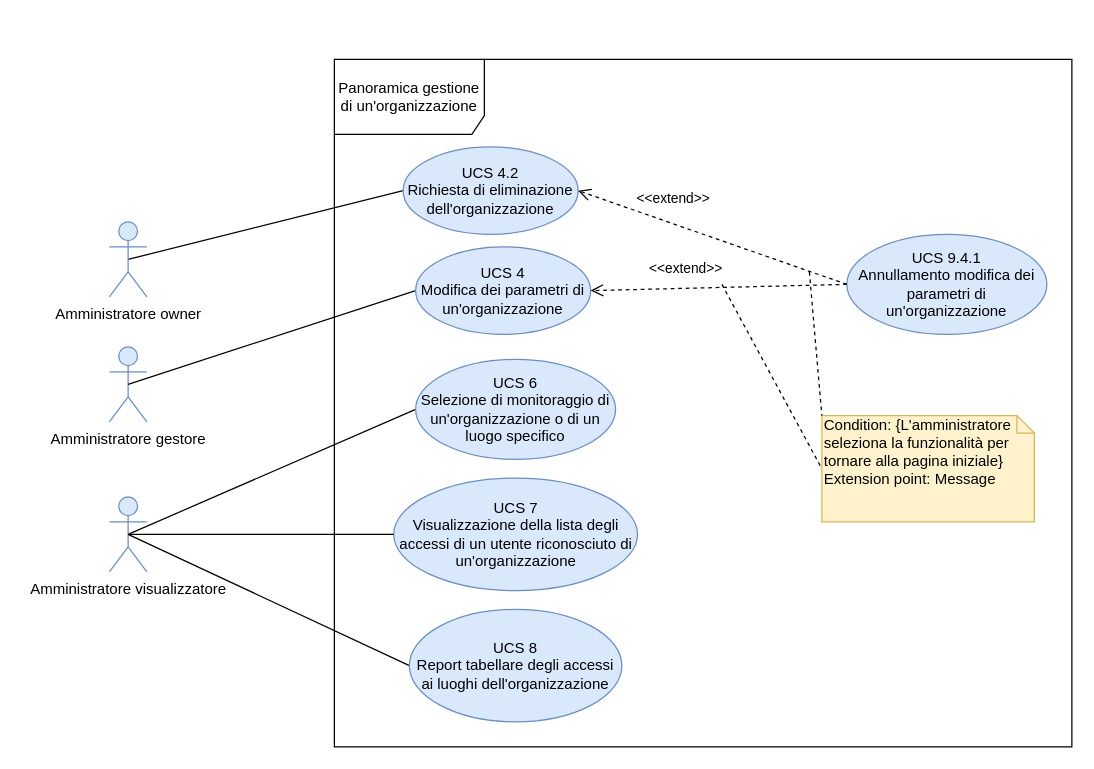
qb-team/Stalker-Documentazione keeps this draw.io diagram as DocumentazioneEsterna/AnalisiDeiRequisiti/Sezioni/UseCase/draw.io/UC SERVER/Panoramica gestione organizzazione.drawio. Above is the earlier version. Source tidied: cells renumbered, new cells numbered last; positions are measured from the earlier drawing's top-left corner, leaving out a move shared by most shapes. Both pictures are drawn from the tidied source at 125%, with x=0, y=0 at pixel (109, 59).
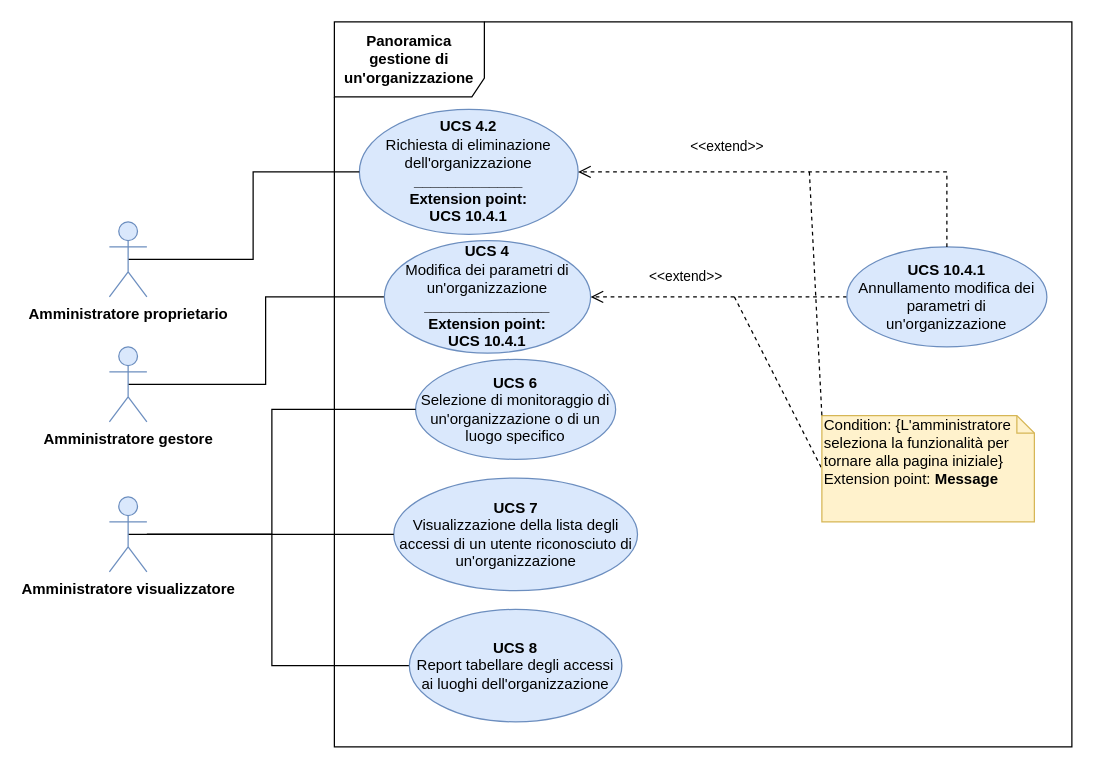
The same page after the edit.

Change to the diagram source:
```diff
@@
+    <mxCell id="4" style="edgeStyle=orthogonalEdgeStyle;rounded=0;jettySize=auto;html=1;entryX=0;entryY=0.5;entryDx=0;entryDy=0;endArrow=none;endFill=0;exitX=0.5;exitY=0.5;exitDx=0;exitDy=0;exitPerimeter=0;" parent="1" edge="1" source="2" target="5">
+      <mxGeometry relative="1" as="geometry" />
+    </mxCell>
-    <mxCell id="2" value="Amministratore gestore" style="shape=umlActor;verticalLabelPosition=bottom;labelBackgroundColor=#ffffff;verticalAlign=top;html=1;outlineConnect=0;fillColor=#dae8fc;strokeColor=#6c8ebf;" parent="1" vertex="1">
+    <mxCell id="2" value="&lt;b&gt;Amministratore gestore&lt;/b&gt;" style="shape=umlActor;verticalLabelPosition=bottom;labelBackgroundColor=#ffffff;verticalAlign=top;html=1;outlineConnect=0;fillColor=#dae8fc;strokeColor=#6c8ebf;" parent="1" vertex="1">
       <mxGeometry y="230" width="30" height="60" as="geometry" />
     </mxCell>
-    <mxCell id="3" value="Panoramica gestione di un'organizzazione" style="shape=umlFrame;whiteSpace=wrap;html=1;width=120;height=60;" parent="1" vertex="1">
-      <mxGeometry x="180" width="590" height="550" as="geometry" />
+    <mxCell id="3" value="&lt;b&gt;Panoramica gestione di un'organizzazione&lt;/b&gt;" style="shape=umlFrame;whiteSpace=wrap;html=1;width=120;height=60;" parent="1" vertex="1">
+      <mxGeometry x="180" y="-30" width="590" height="580" as="geometry" />
     </mxCell>
-    <mxCell id="4" style="endArrow=none;html=1;exitX=0.5;exitY=0.5;exitDx=0;exitDy=0;exitPerimeter=0;entryX=0;entryY=0.5;entryDx=0;entryDy=0;" parent="1" edge="1" source="2" target="5">
-      <mxGeometry relative="1" as="geometry" />
-    </mxCell>
-    <mxCell id="5" value="UCS 4&lt;br&gt;Modifica dei parametri di un'organizzazione" style="ellipse;whiteSpace=wrap;html=1;fillColor=#dae8fc;strokeColor=#6c8ebf;" parent="1" vertex="1">
-      <mxGeometry x="245" y="150" width="140" height="70" as="geometry" />
+    <mxCell id="5" value="&lt;b&gt;UCS 4&lt;br&gt;&lt;/b&gt;Modifica dei parametri di un'organizzazione&lt;br&gt;&lt;b&gt;_______________&lt;br&gt;Extension point:&lt;br&gt;UCS 10.4.1&lt;/b&gt;" style="ellipse;whiteSpace=wrap;html=1;fillColor=#dae8fc;strokeColor=#6c8ebf;" parent="1" vertex="1">
+      <mxGeometry x="220" y="145" width="165" height="90" as="geometry" />
     </mxCell>
-    <mxCell id="6" style="endArrow=none;html=1;exitX=0.5;exitY=0.5;exitDx=0;exitDy=0;exitPerimeter=0;entryX=0;entryY=0.5;entryDx=0;entryDy=0;" parent="1" edge="1" source="19" target="7">
-      <mxGeometry relative="1" as="geometry" />
-    </mxCell>
-    <mxCell id="7" value="UCS 6&lt;br&gt;Selezione di monitoraggio di un'organizzazione o di un luogo specifico" style="ellipse;whiteSpace=wrap;html=1;fillColor=#dae8fc;strokeColor=#6c8ebf;" parent="1" vertex="1">
+    <mxCell id="7" value="&lt;b&gt;UCS 6&lt;br&gt;&lt;/b&gt;Selezione di monitoraggio di un'organizzazione o di un luogo specifico" style="ellipse;whiteSpace=wrap;html=1;fillColor=#dae8fc;strokeColor=#6c8ebf;" parent="1" vertex="1">
       <mxGeometry x="245" y="240" width="160" height="80" as="geometry" />
     </mxCell>
-    <mxCell id="8" value="UCS 7&lt;br&gt;Visualizzazione della lista degli accessi di un utente riconosciuto di un'organizzazione" style="ellipse;whiteSpace=wrap;html=1;fillColor=#dae8fc;strokeColor=#6c8ebf;" parent="1" vertex="1">
+    <mxCell id="8" value="&lt;b&gt;UCS 7&lt;br&gt;&lt;/b&gt;Visualizzazione della lista degli accessi di un utente riconosciuto di un'organizzazione" style="ellipse;whiteSpace=wrap;html=1;fillColor=#dae8fc;strokeColor=#6c8ebf;" parent="1" vertex="1">
       <mxGeometry x="227.5" y="335" width="195" height="90" as="geometry" />
     </mxCell>
@@
-    <mxCell id="10" value="UCS 9.4.1&lt;br&gt;Annullamento modifica dei parametri di un'organizzazione" style="ellipse;whiteSpace=wrap;html=1;fillColor=#dae8fc;strokeColor=#6c8ebf;" parent="1" vertex="1">
-      <mxGeometry x="590" y="140" width="160" height="80" as="geometry" />
+    <mxCell id="10" value="&lt;b&gt;UCS 10.4.1&lt;br&gt;&lt;/b&gt;Annullamento modifica dei parametri di un'organizzazione" style="ellipse;whiteSpace=wrap;html=1;fillColor=#dae8fc;strokeColor=#6c8ebf;" parent="1" vertex="1">
+      <mxGeometry x="590" y="150" width="160" height="80" as="geometry" />
     </mxCell>
+    <mxCell id="12" value="&lt;b&gt;UCS 4.2&lt;br&gt;&lt;/b&gt;Richiesta di eliminazione dell'organizzazione&lt;br&gt;&lt;b&gt;_____________&lt;br&gt;Extension point:&lt;br&gt;UCS 10.4.1&lt;/b&gt;" style="ellipse;whiteSpace=wrap;html=1;fillColor=#dae8fc;strokeColor=#6c8ebf;" parent="1" vertex="1">
+      <mxGeometry x="200" y="40" width="175" height="100" as="geometry" />
+    </mxCell>
-    <mxCell id="11" style="endArrow=none;html=1;exitX=0.5;exitY=0.5;exitDx=0;exitDy=0;exitPerimeter=0;entryX=0;entryY=0.5;entryDx=0;entryDy=0;" parent="1" edge="1" source="14" target="12">
+    <mxCell id="11" style="edgeStyle=orthogonalEdgeStyle;rounded=0;jettySize=auto;html=1;entryX=0;entryY=0.5;entryDx=0;entryDy=0;endArrow=none;endFill=0;exitX=0.5;exitY=0.5;exitDx=0;exitDy=0;exitPerimeter=0;" parent="1" edge="1" source="14" target="12">
       <mxGeometry relative="1" as="geometry" />
     </mxCell>
-    <mxCell id="12" value="UCS 4.2&lt;br&gt;Richiesta di eliminazione dell'organizzazione" style="ellipse;whiteSpace=wrap;html=1;fillColor=#dae8fc;strokeColor=#6c8ebf;" parent="1" vertex="1">
-      <mxGeometry x="235" y="70" width="140" height="70" as="geometry" />
-    </mxCell>
-    <mxCell id="13" style="endArrow=none;html=1;exitX=0.5;exitY=0.5;exitDx=0;exitDy=0;exitPerimeter=0;entryX=0;entryY=0.5;entryDx=0;entryDy=0;" parent="1" edge="1" source="19" target="8">
-      <mxGeometry relative="1" as="geometry" />
-    </mxCell>
-    <mxCell id="14" value="Amministratore owner" style="shape=umlActor;verticalLabelPosition=bottom;labelBackgroundColor=#ffffff;verticalAlign=top;html=1;outlineConnect=0;fillColor=#dae8fc;strokeColor=#6c8ebf;" parent="1" vertex="1">
+    <mxCell id="14" value="&lt;b&gt;Amministratore proprietario&lt;/b&gt;" style="shape=umlActor;verticalLabelPosition=bottom;labelBackgroundColor=#ffffff;verticalAlign=top;html=1;outlineConnect=0;fillColor=#dae8fc;strokeColor=#6c8ebf;" parent="1" vertex="1">
       <mxGeometry y="130" width="30" height="60" as="geometry" />
     </mxCell>
     <mxCell id="15" style="endArrow=none;dashed=1;html=1;entryX=0;entryY=0.5;entryDx=0;entryDy=0;entryPerimeter=0;" parent="1" edge="1" target="16">
       <mxGeometry relative="1" as="geometry">
-        <mxPoint x="490" y="180" as="sourcePoint" />
+        <mxPoint x="500" y="190" as="sourcePoint" />
       </mxGeometry>
     </mxCell>
-    <mxCell id="16" value="Condition: {L'amministratore seleziona la funzionalità per tornare alla pagina iniziale}&lt;br&gt;Extension point: Message" style="shape=note;whiteSpace=wrap;html=1;size=14;verticalAlign=top;align=left;spacingTop=-6;fillColor=#fff2cc;strokeColor=#d6b656;" parent="1" vertex="1">
+    <mxCell id="16" value="Condition: {L'amministratore seleziona la funzionalità per tornare alla pagina iniziale}&lt;br&gt;Extension point: &lt;b&gt;Message&lt;/b&gt;" style="shape=note;whiteSpace=wrap;html=1;size=14;verticalAlign=top;align=left;spacingTop=-6;fillColor=#fff2cc;strokeColor=#d6b656;" parent="1" vertex="1">
       <mxGeometry x="570" y="285" width="170" height="85" as="geometry" />
     </mxCell>
-    <mxCell id="17" value="&amp;lt;&amp;lt;extend&amp;gt;&amp;gt;" style="html=1;verticalAlign=bottom;endArrow=open;dashed=1;endSize=8;entryX=1;entryY=0.5;entryDx=0;entryDy=0;exitX=0;exitY=0.5;exitDx=0;exitDy=0;" parent="1" edge="1" source="10" target="12">
-      <mxGeometry x="0.33" y="-11" relative="1" as="geometry" />
+    <mxCell id="17" value="&amp;lt;&amp;lt;extend&amp;gt;&amp;gt;" style="html=1;verticalAlign=bottom;endArrow=open;dashed=1;endSize=8;entryX=1;entryY=0.5;entryDx=0;entryDy=0;exitX=0.5;exitY=0;exitDx=0;exitDy=0;rounded=0;" parent="1" edge="1" source="10" target="12">
+      <mxGeometry x="0.33" y="-11" relative="1" as="geometry">
+        <Array as="points">
+          <mxPoint x="670" y="90" />
+        </Array>
+      </mxGeometry>
     </mxCell>
     <mxCell id="18" style="endArrow=none;dashed=1;html=1;entryX=0;entryY=0;entryDx=0;entryDy=0;entryPerimeter=0;" parent="1" edge="1" target="16">
       <mxGeometry relative="1" as="geometry">
-        <mxPoint x="560" y="170" as="sourcePoint" />
+        <mxPoint x="560" y="90" as="sourcePoint" />
       </mxGeometry>
     </mxCell>
+    <mxCell id="6" style="edgeStyle=orthogonalEdgeStyle;rounded=0;jettySize=auto;html=1;entryX=0;entryY=0.5;entryDx=0;entryDy=0;endArrow=none;endFill=0;exitX=0.5;exitY=0.5;exitDx=0;exitDy=0;exitPerimeter=0;" parent="1" edge="1" source="19" target="7">
+      <mxGeometry relative="1" as="geometry">
+        <Array as="points">
+          <mxPoint x="130" y="380" />
+          <mxPoint x="130" y="280" />
+        </Array>
+      </mxGeometry>
+    </mxCell>
+    <mxCell id="13" style="edgeStyle=orthogonalEdgeStyle;rounded=0;jettySize=auto;html=1;entryX=0;entryY=0.5;entryDx=0;entryDy=0;endArrow=none;endFill=0;" parent="1" edge="1" source="19" target="8">
+      <mxGeometry relative="1" as="geometry" />
+    </mxCell>
+    <mxCell id="22" style="edgeStyle=orthogonalEdgeStyle;rounded=0;jettySize=auto;html=1;entryX=0;entryY=0.5;entryDx=0;entryDy=0;endArrow=none;endFill=0;" parent="1" edge="1" source="19" target="21">
+      <mxGeometry relative="1" as="geometry">
+        <Array as="points">
+          <mxPoint x="130" y="380" />
+          <mxPoint x="130" y="485" />
+        </Array>
+      </mxGeometry>
+    </mxCell>
-    <mxCell id="19" value="Amministratore visualizzatore" style="shape=umlActor;verticalLabelPosition=bottom;labelBackgroundColor=#ffffff;verticalAlign=top;html=1;outlineConnect=0;fillColor=#dae8fc;strokeColor=#6c8ebf;" parent="1" vertex="1">
+    <mxCell id="19" value="&lt;b&gt;Amministratore visualizzatore&lt;/b&gt;" style="shape=umlActor;verticalLabelPosition=bottom;labelBackgroundColor=#ffffff;verticalAlign=top;html=1;outlineConnect=0;fillColor=#dae8fc;strokeColor=#6c8ebf;" parent="1" vertex="1">
       <mxGeometry y="350" width="30" height="60" as="geometry" />
     </mxCell>
-    <mxCell id="20" style="endArrow=none;html=1;entryX=0.5;entryY=0.5;entryDx=0;entryDy=0;entryPerimeter=0;exitX=0;exitY=0.5;exitDx=0;exitDy=0;" parent="1" edge="1" source="21" target="19">
-      <mxGeometry relative="1" as="geometry" />
-    </mxCell>
-    <mxCell id="21" value="UCS 8&lt;br&gt;Report tabellare degli accessi ai luoghi dell'organizzazione" style="ellipse;whiteSpace=wrap;html=1;fillColor=#dae8fc;strokeColor=#6c8ebf;" parent="1" vertex="1">
+    <mxCell id="21" value="&lt;b&gt;UCS 8&lt;/b&gt;&lt;br&gt;Report tabellare degli accessi ai luoghi dell'organizzazione" style="ellipse;whiteSpace=wrap;html=1;fillColor=#dae8fc;strokeColor=#6c8ebf;" parent="1" vertex="1">
       <mxGeometry x="240" y="440" width="170" height="90" as="geometry" />
     </mxCell>
```
